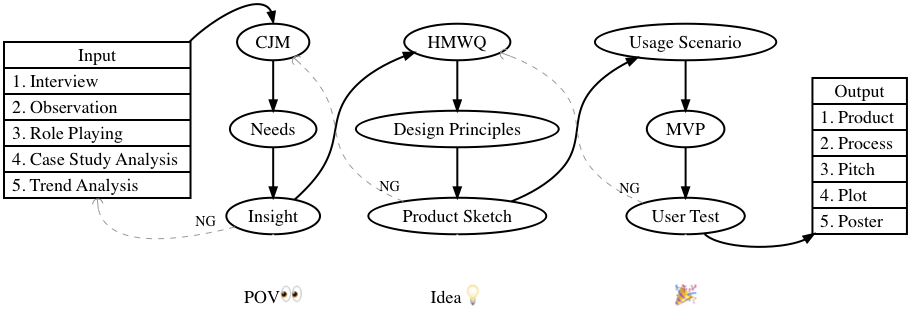
This is toolkit/graph.png from titech-edp/titech-edp.github.io, a Graphviz export, as it was before one commit. Its source is kept beside it as toolkit/graph.dot.
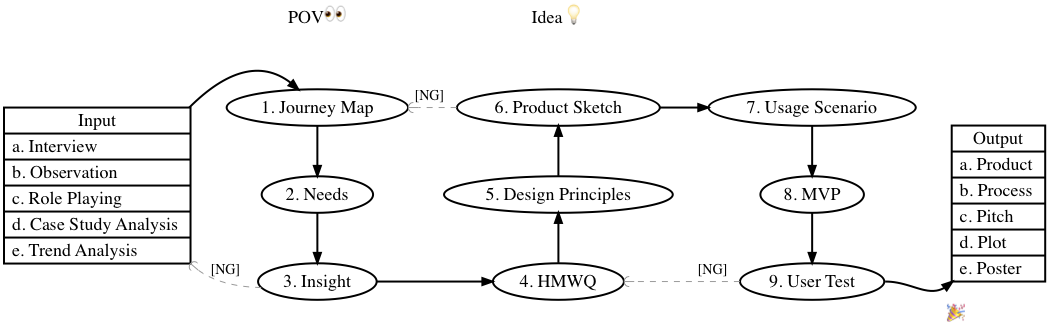
Later version of the same file.

Diff of the diagram source:
```diff
@@ -2,11 +2,11 @@
 digraph graph_name {
 	graph [
 	       rankdir = LR;
-	       labeljust = l;
 	       nodesep = 0.7;
 	];
 	edge [
 		style = bold;
+		shape = oval;
 	];
 	node [
 		style = bold;
@@ -14,76 +14,93 @@
 	];
 
 	Input [
-	       label = "Input|1. Interview \l|2. Observation \l|3. Role Playing \l|4. Case Study Analysis \l|5. Trend Analysis \l",
+	       label = "Input|a. Interview \l|b. Observation \l|c. Role Playing \l|d. Case Study Analysis \l|e. Trend Analysis \l",
 	       shape = record,
 	];
 	Output [
-	       label = "Output|1. Product \l|2. Process \l|3. Pitch \l|4. Plot \l|5. Poster \l",
+	       label = "Output|a. Product \l|b. Process \l|c. Pitch \l|d. Plot \l|e. Poster \l",
 	       shape = record,
+	];
+
+
+	CJM[label = "1. Journey Map"];
+	Needs[label = "2. Needs"];
+	Insight[label = "3. Insight"];
+	HMWQ[label = "4. HMWQ"];
+	DP [label = "5. Design Principles"];
+	Sketch [label = "6. Product Sketch"];
+	Story [label = "7. Usage Scenario"];
+	MVP [label = "8. MVP"];
+	Test [label = "9. User Test"];
+
+	Input -> CJM [
+		tailport = ne,
+		headport = nw
 	];
 
 	CJM -> Needs;
 	Needs -> Insight;
 	Insight -> HMWQ;
 
-	Input -> CJM [
-		tailport = ne,
-		headport = n
+Sketch -> DP [dir = back];
+DP -> HMWQ [dir = back];
+
+	Sketch -> Story;
+	Story -> MVP;
+	MVP -> Test;
+
+	Test -> Output [
+		taillabel = "🎉",
+		labeldistance = 8,
+		tailport = e,
+		headport = sw
 	];
 
-	HMWQ -> "Design Principles";
-	"Design Principles" -> "Product Sketch";
-	"Product Sketch" -> "Usage Scenario";
+	node [shape = plaintext];
+	POV [label = "POV👀"];
+	Idea [label = "Idea💡"];
 
-	"Usage Scenario" -> MVP;
-	MVP -> "User Test";
-	"User Test" -> Output [
-		tailport = se,
-		headport = sw
-	]   ;
 
-	node [shape = none];
-	Insight -> "POV👀"[color = white];
-	"Product Sketch" -> "Idea💡"[color = white];
-	"User Test" -> "🎉"[color = white];
-
+	{rank = min; Input}
 	{rank = same;
 		CJM;
 		Needs;
 		Insight;
-		"POV👀"
+		POV
 	}
 	{rank = same;
 		HMWQ;
-		"Design Principles";
-		"Product Sketch"
-		"Idea💡"
+		DP;
+		Sketch;
+		Idea
 	}
 	{rank = same;
-		"Usage Scenario";
+		Story;
 		MVP;
-		"User Test";
-		"🎉";
+		Test;
 	}
+	{rank = sink; Output}
+
 	edge[ color = "#999999"];
 	Insight -> Input [
-		taillabel = NG,
-		labeldistance = 3,
+		taillabel = "[NG]",
+		labeldistance = 4,
 		style = dashed,
 		arrowhead = curve,
-		headport = s
+		headport = se
 	];
-	"Product Sketch" -> CJM [
-		taillabel = NG,
-		labeldistance = 2,
+	Sketch -> CJM [
+		taillabel = "[NG]",
+		labeldistance = 3,
 		style = dashed,
 		arrowhead = curve
 	];
-	"User Test" -> HMWQ [
-		taillabel = NG,
-		labeldistance = 2,
+	Test -> HMWQ [
+		taillabel = "[NG]",
+		labeldistance = 3,
 		style = dashed,
 		arrowhead = curve
 	];
 
+
 }
```
